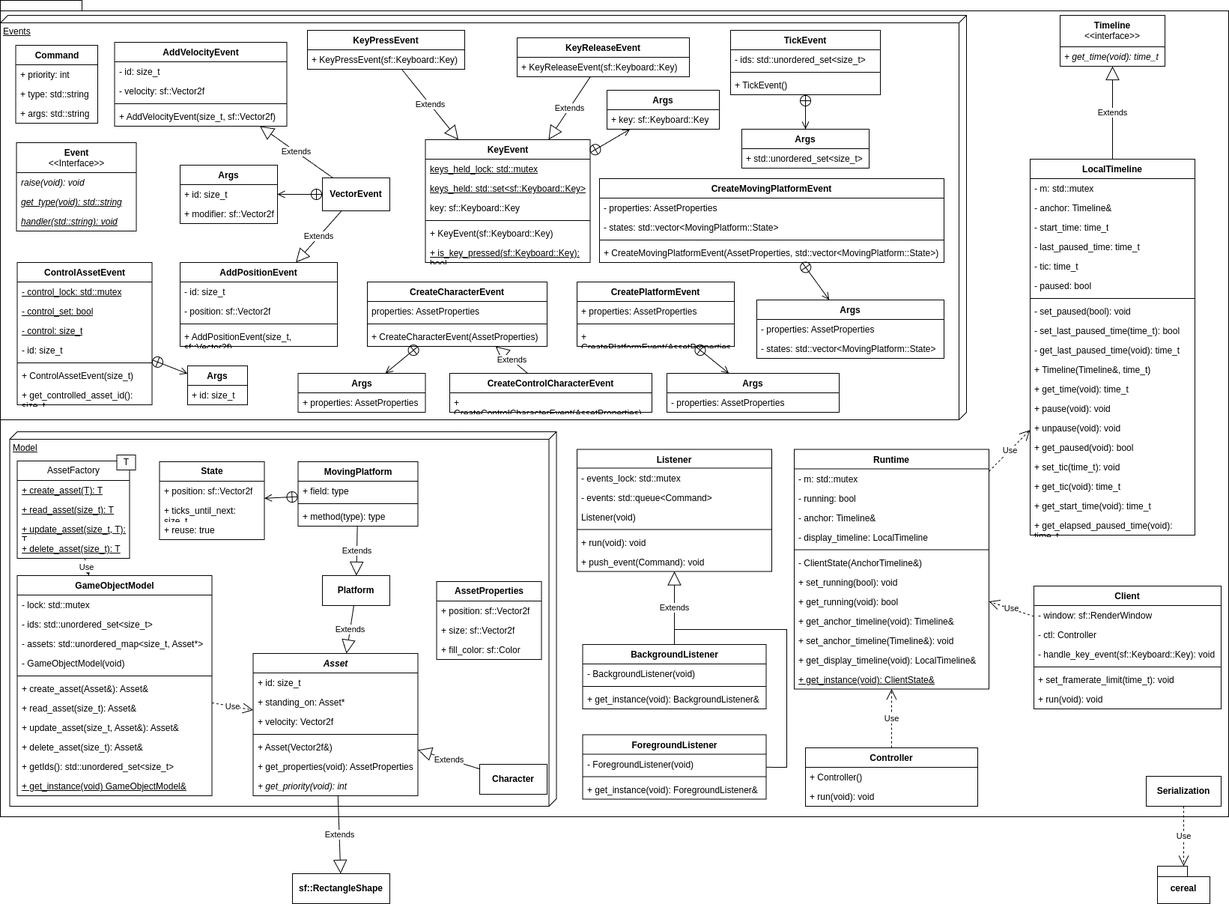
The draw.io diagram uml/splat_i2.png in mwhicks-dev/SPlat, before a commit. Source tidied: cells renumbered, new cells last; positions are measured from the earlier drawing's top-left corner, leaving out a move shared by most shapes.
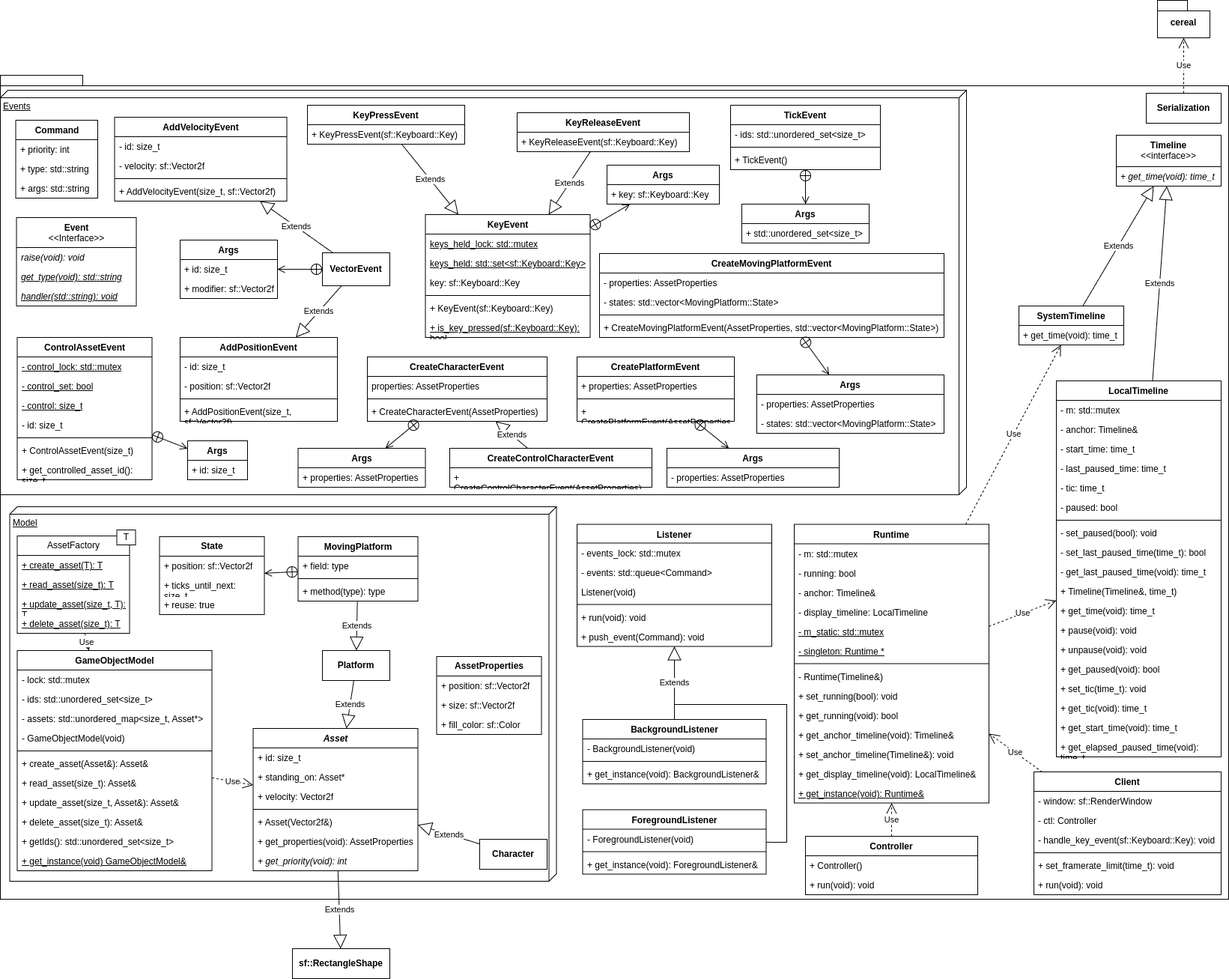
The same file after the commit.

Commit message:
Further changes to timeline UML #13

Change to the diagram source:
```diff
@@ -3,7 +3,7 @@
     <mxCell id="0" />
     <mxCell id="1" parent="0" />
     <mxCell id="2" style="shape=folder;fontStyle=1;spacingTop=10;tabWidth=40;tabHeight=14;tabPosition=left;html=1;whiteSpace=wrap;" parent="1" vertex="1">
-      <mxGeometry width="1640" height="1090" as="geometry" />
+      <mxGeometry width="1640" height="1100" as="geometry" />
     </mxCell>
     <mxCell id="3" value="Model" style="verticalAlign=top;align=left;spacingTop=8;spacingLeft=2;spacingRight=12;shape=cube;size=10;direction=south;fontStyle=4;html=1;whiteSpace=wrap;" parent="1" vertex="1">
       <mxGeometry x="12.5" y="576" width="730" height="500" as="geometry" />
@@ -75,7 +75,7 @@
       <mxGeometry y="268" width="260" height="26" as="geometry" />
     </mxCell>
     <mxCell id="26" value="Client" style="swimlane;fontStyle=1;align=center;verticalAlign=top;horizontal=1;startSize=26;whiteSpace=wrap;html=1;" parent="1" vertex="1">
-      <mxGeometry x="1380" y="782" width="250" height="164" as="geometry" />
+      <mxGeometry x="1380" y="930" width="250" height="164" as="geometry" />
     </mxCell>
     <mxCell id="27" value="- window: sf::RenderWindow" style="text;strokeColor=none;fillColor=none;align=left;verticalAlign=top;spacingLeft=4;spacingRight=4;overflow=hidden;whiteSpace=wrap;html=1;" parent="26" vertex="1">
       <mxGeometry y="26" width="250" height="26" as="geometry" />
@@ -96,7 +96,7 @@
       <mxGeometry y="138" width="250" height="26" as="geometry" />
     </mxCell>
     <mxCell id="33" value="Controller" style="swimlane;fontStyle=1;align=center;verticalAlign=top;horizontal=1;startSize=26;whiteSpace=wrap;html=1;" parent="1" vertex="1">
-      <mxGeometry x="1075" y="998" width="230" height="78" as="geometry" />
+      <mxGeometry x="1075" y="1016" width="230" height="78" as="geometry" />
     </mxCell>
     <mxCell id="34" value="+ Controller()" style="text;strokeColor=none;fillColor=none;align=left;verticalAlign=top;spacingLeft=4;spacingRight=4;overflow=hidden;whiteSpace=wrap;html=1;" parent="33" vertex="1">
       <mxGeometry y="26" width="230" height="26" as="geometry" />
@@ -105,10 +105,10 @@
       <mxGeometry y="52" width="230" height="26" as="geometry" />
     </mxCell>
     <mxCell id="36" value="&lt;b&gt;Serialization&lt;/b&gt;" style="html=1;whiteSpace=wrap;" parent="1" vertex="1">
-      <mxGeometry x="1530" y="1036" width="100" height="40" as="geometry" />
+      <mxGeometry x="1530" y="24" width="100" height="40" as="geometry" />
     </mxCell>
     <mxCell id="37" value="cereal" style="shape=folder;fontStyle=1;spacingTop=10;tabWidth=40;tabHeight=14;tabPosition=left;html=1;whiteSpace=wrap;" parent="1" vertex="1">
-      <mxGeometry x="1545" y="1156" width="70" height="50" as="geometry" />
+      <mxGeometry x="1545" y="-100" width="70" height="50" as="geometry" />
     </mxCell>
     <mxCell id="38" value="Use" style="endArrow=open;endSize=12;dashed=1;html=1;rounded=0;" parent="1" edge="1" source="36" target="37">
       <mxGeometry relative="1" as="geometry" />
@@ -510,7 +510,7 @@
       <mxGeometry y="60" width="245" height="26" as="geometry" />
     </mxCell>
     <mxCell id="169" value="Runtime" style="swimlane;fontStyle=1;align=center;verticalAlign=top;horizontal=1;startSize=26;whiteSpace=wrap;html=1;" parent="1" vertex="1">
-      <mxGeometry x="1060" y="599.5" width="260" height="320" as="geometry" />
+      <mxGeometry x="1060" y="599.5" width="260" height="372" as="geometry" />
     </mxCell>
     <mxCell id="170" value="- m: std::mutex" style="text;strokeColor=none;fillColor=none;align=left;verticalAlign=top;spacingLeft=4;spacingRight=4;overflow=hidden;whiteSpace=wrap;html=1;" parent="169" vertex="1">
       <mxGeometry y="26" width="260" height="26" as="geometry" />
@@ -524,29 +524,35 @@
     <mxCell id="173" value="- display_timeline: LocalTimeline" style="text;strokeColor=none;fillColor=none;align=left;verticalAlign=top;spacingLeft=4;spacingRight=4;overflow=hidden;whiteSpace=wrap;html=1;" parent="169" vertex="1">
       <mxGeometry y="104" width="260" height="26" as="geometry" />
     </mxCell>
+    <mxCell id="208" value="- m_static: std::mutex" style="text;strokeColor=none;fillColor=none;align=left;verticalAlign=top;spacingLeft=4;spacingRight=4;overflow=hidden;whiteSpace=wrap;html=1;fontStyle=4;" parent="169" vertex="1">
+      <mxGeometry y="130" width="260" height="26" as="geometry" />
+    </mxCell>
+    <mxCell id="209" value="- singleton: Runtime *" style="text;strokeColor=none;fillColor=none;align=left;verticalAlign=top;spacingLeft=4;spacingRight=4;overflow=hidden;whiteSpace=wrap;html=1;fontStyle=4;" parent="169" vertex="1">
+      <mxGeometry y="156" width="260" height="26" as="geometry" />
+    </mxCell>
     <mxCell id="174" style="line;strokeWidth=1;fillColor=none;align=left;verticalAlign=middle;spacingTop=-1;spacingLeft=3;spacingRight=3;labelPosition=right;strokeColor=inherit;" parent="169" vertex="1">
-      <mxGeometry y="130" width="260" height="8" as="geometry" />
+      <mxGeometry y="182" width="260" height="8" as="geometry" />
     </mxCell>
-    <mxCell id="175" value="- ClientState(AnchorTimeline&amp;amp;)" style="text;strokeColor=none;fillColor=none;align=left;verticalAlign=top;spacingLeft=4;spacingRight=4;overflow=hidden;whiteSpace=wrap;html=1;" parent="169" vertex="1">
-      <mxGeometry y="138" width="260" height="26" as="geometry" />
+    <mxCell id="175" value="- Runtime(Timeline&amp;amp;)" style="text;strokeColor=none;fillColor=none;align=left;verticalAlign=top;spacingLeft=4;spacingRight=4;overflow=hidden;whiteSpace=wrap;html=1;" parent="169" vertex="1">
+      <mxGeometry y="190" width="260" height="26" as="geometry" />
     </mxCell>
     <mxCell id="176" value="+ set_running(bool): void" style="text;strokeColor=none;fillColor=none;align=left;verticalAlign=top;spacingLeft=4;spacingRight=4;overflow=hidden;whiteSpace=wrap;html=1;" parent="169" vertex="1">
-      <mxGeometry y="164" width="260" height="26" as="geometry" />
+      <mxGeometry y="216" width="260" height="26" as="geometry" />
     </mxCell>
     <mxCell id="177" value="+ get_running(void): bool" style="text;strokeColor=none;fillColor=none;align=left;verticalAlign=top;spacingLeft=4;spacingRight=4;overflow=hidden;whiteSpace=wrap;html=1;" parent="169" vertex="1">
-      <mxGeometry y="190" width="260" height="26" as="geometry" />
+      <mxGeometry y="242" width="260" height="26" as="geometry" />
     </mxCell>
     <mxCell id="178" value="+ get_anchor_timeline(void): Timeline&amp;amp;" style="text;strokeColor=none;fillColor=none;align=left;verticalAlign=top;spacingLeft=4;spacingRight=4;overflow=hidden;whiteSpace=wrap;html=1;" parent="169" vertex="1">
-      <mxGeometry y="216" width="260" height="26" as="geometry" />
+      <mxGeometry y="268" width="260" height="26" as="geometry" />
     </mxCell>
     <mxCell id="179" value="+ set_anchor_timeline(Timeline&amp;amp;): void" style="text;strokeColor=none;fillColor=none;align=left;verticalAlign=top;spacingLeft=4;spacingRight=4;overflow=hidden;whiteSpace=wrap;html=1;" parent="169" vertex="1">
-      <mxGeometry y="242" width="260" height="26" as="geometry" />
+      <mxGeometry y="294" width="260" height="26" as="geometry" />
     </mxCell>
     <mxCell id="180" value="+ get_display_timeline(void): LocalTimeline&amp;amp;" style="text;strokeColor=none;fillColor=none;align=left;verticalAlign=top;spacingLeft=4;spacingRight=4;overflow=hidden;whiteSpace=wrap;html=1;" parent="169" vertex="1">
-      <mxGeometry y="268" width="260" height="26" as="geometry" />
+      <mxGeometry y="320" width="260" height="26" as="geometry" />
     </mxCell>
-    <mxCell id="181" value="+ get_instance(void): ClientState&amp;amp;" style="text;strokeColor=none;fillColor=none;align=left;verticalAlign=top;spacingLeft=4;spacingRight=4;overflow=hidden;whiteSpace=wrap;html=1;fontStyle=4;" parent="169" vertex="1">
-      <mxGeometry y="294" width="260" height="26" as="geometry" />
+    <mxCell id="181" value="+ get_instance(void): Runtime&amp;amp;" style="text;strokeColor=none;fillColor=none;align=left;verticalAlign=top;spacingLeft=4;spacingRight=4;overflow=hidden;whiteSpace=wrap;html=1;fontStyle=4;" parent="169" vertex="1">
+      <mxGeometry y="346" width="260" height="26" as="geometry" />
     </mxCell>
     <mxCell id="182" value="Use" style="endArrow=open;endSize=12;dashed=1;html=1;rounded=0;" parent="1" edge="1" source="26" target="169">
       <mxGeometry relative="1" as="geometry" />
@@ -558,7 +564,7 @@
       <mxGeometry relative="1" as="geometry" />
     </mxCell>
     <mxCell id="185" value="LocalTimeline" style="swimlane;fontStyle=1;align=center;verticalAlign=top;horizontal=1;startSize=26;whiteSpace=wrap;html=1;" parent="1" vertex="1">
-      <mxGeometry x="1375" y="212" width="220" height="502" as="geometry" />
+      <mxGeometry x="1410" y="408" width="220" height="502" as="geometry" />
     </mxCell>
     <mxCell id="186" value="- m: std::mutex" style="text;strokeColor=none;fillColor=none;align=left;verticalAlign=top;spacingLeft=4;spacingRight=4;overflow=hidden;whiteSpace=wrap;html=1;" parent="185" vertex="1">
       <mxGeometry y="26" width="220" height="26" as="geometry" />
@@ -621,10 +627,22 @@
       <mxGeometry relative="1" as="geometry" />
     </mxCell>
     <mxCell id="206" value="Timeline&lt;div&gt;&lt;span style=&quot;font-weight: normal;&quot;&gt;&amp;lt;&amp;lt;interface&amp;gt;&amp;gt;&lt;/span&gt;&lt;/div&gt;" style="swimlane;fontStyle=1;align=center;verticalAlign=top;horizontal=1;startSize=42;whiteSpace=wrap;html=1;" parent="1" vertex="1">
-      <mxGeometry x="1415" y="20" width="140" height="68" as="geometry" />
+      <mxGeometry x="1490" y="80" width="140" height="68" as="geometry" />
     </mxCell>
     <mxCell id="207" value="+ get_time(void): time_t" style="text;strokeColor=none;fillColor=none;align=left;verticalAlign=top;spacingLeft=4;spacingRight=4;overflow=hidden;whiteSpace=wrap;html=1;fontStyle=2;" parent="206" vertex="1">
       <mxGeometry y="42" width="140" height="26" as="geometry" />
     </mxCell>
+    <mxCell id="210" value="SystemTimeline" style="swimlane;fontStyle=1;align=center;verticalAlign=top;horizontal=1;startSize=26;whiteSpace=wrap;html=1;" parent="1" vertex="1">
+      <mxGeometry x="1360" y="308" width="140" height="52" as="geometry" />
+    </mxCell>
+    <mxCell id="211" value="+ get_time(void): time_t" style="text;strokeColor=none;fillColor=none;align=left;verticalAlign=top;spacingLeft=4;spacingRight=4;overflow=hidden;whiteSpace=wrap;html=1;" parent="210" vertex="1">
+      <mxGeometry y="26" width="140" height="26" as="geometry" />
+    </mxCell>
+    <mxCell id="212" value="Extends" style="endArrow=block;endSize=16;endFill=0;html=1;rounded=0;" parent="1" edge="1" source="210" target="206">
+      <mxGeometry relative="1" as="geometry" />
+    </mxCell>
+    <mxCell id="213" value="Use" style="endArrow=open;endSize=12;dashed=1;html=1;rounded=0;" parent="1" edge="1" source="169" target="210">
+      <mxGeometry relative="1" as="geometry" />
+    </mxCell>
   </root>
 </mxGraphModel>
```
